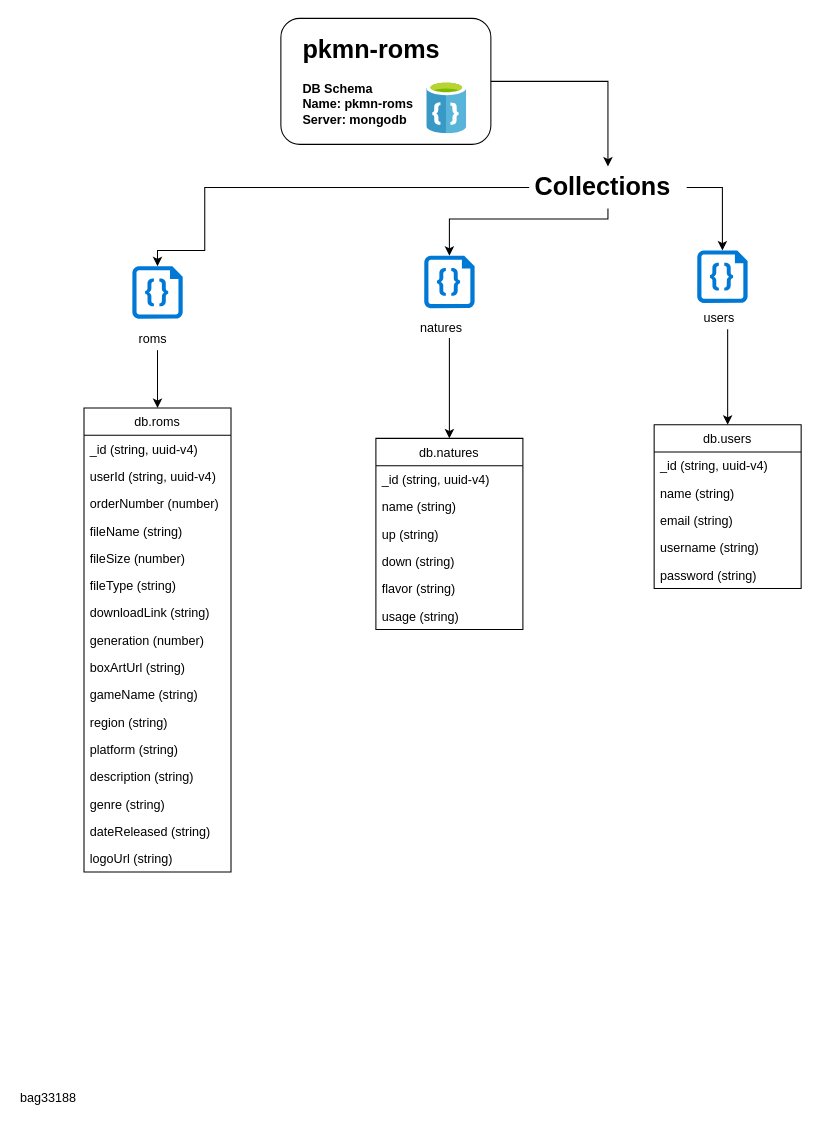
Above: database/schema/db-schema.drawio in bag33188/PokeROM (draw.io), before the change. Source tidied: cells renumbered, new cells numbered last; positions are measured from the earlier drawing's top-left corner, leaving out a move shared by most shapes. Both pictures are drawn from the tidied source at 105%, with x=0, y=0 at pixel (18, 18).
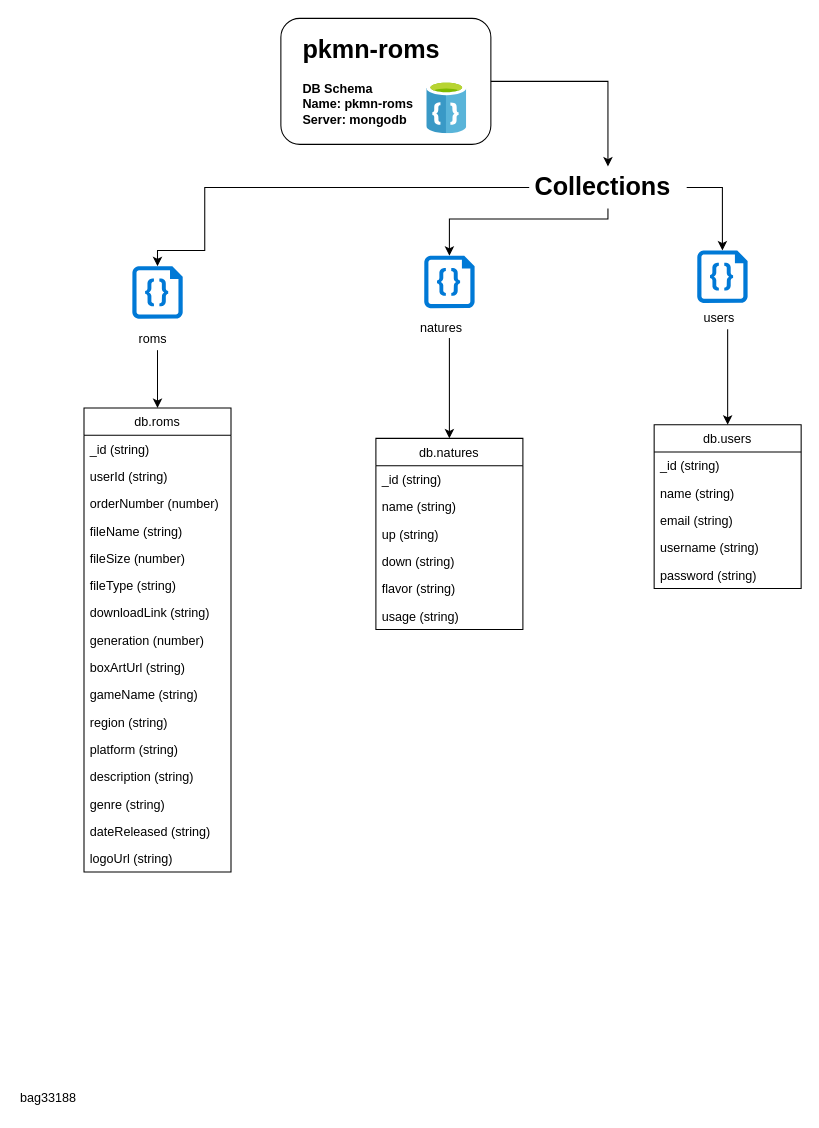
The same diagram, later.

Commit message:
remove uuid from schema

Unchanged cells that the change refers to:
```xml
<mxCell id="15" value="db.roms" style="swimlane;fontStyle=0;horizontal=1;startSize=26;fillColor=none;" parent="1" vertex="1">
  <mxGeometry x="62.5" y="371" width="140" height="442" as="geometry" />
</mxCell>
<mxCell id="32" value="db.users" style="swimlane;fontStyle=0;horizontal=1;startSize=26;fillColor=none;" parent="1" vertex="1">
  <mxGeometry x="605.5" y="387" width="140" height="156" as="geometry" />
</mxCell>
<mxCell id="40" value="db.natures" style="swimlane;fontStyle=0;horizontal=1;startSize=26;fillColor=none;" parent="1" vertex="1">
  <mxGeometry x="340.5" y="400" width="140" height="182" as="geometry" />
</mxCell>
```

The edit, as a diff of the source:
```diff
@@
-    <mxCell id="16" value="_id (string, uuid-v4)" style="text;strokeColor=none;fillColor=none;align=left;verticalAlign=top;spacingLeft=4;spacingRight=4;overflow=hidden;" parent="15" vertex="1">
+    <mxCell id="16" value="_id (string)" style="text;strokeColor=none;fillColor=none;align=left;verticalAlign=top;spacingLeft=4;spacingRight=4;overflow=hidden;" parent="15" vertex="1">
       <mxGeometry y="26" width="140" height="26" as="geometry" />
     </mxCell>
-    <mxCell id="17" value="userId (string, uuid-v4)" style="text;strokeColor=none;fillColor=none;align=left;verticalAlign=top;spacingLeft=4;spacingRight=4;overflow=hidden;" parent="15" vertex="1">
+    <mxCell id="17" value="userId (string)" style="text;strokeColor=none;fillColor=none;align=left;verticalAlign=top;spacingLeft=4;spacingRight=4;overflow=hidden;" parent="15" vertex="1">
       <mxGeometry y="52" width="140" height="26" as="geometry" />
     </mxCell>
@@
-    <mxCell id="33" value="_id (string, uuid-v4)" style="text;strokeColor=none;fillColor=none;align=left;verticalAlign=top;spacingLeft=4;spacingRight=4;overflow=hidden;" parent="32" vertex="1">
+    <mxCell id="33" value="_id (string)" style="text;strokeColor=none;fillColor=none;align=left;verticalAlign=top;spacingLeft=4;spacingRight=4;overflow=hidden;" parent="32" vertex="1">
       <mxGeometry y="26" width="140" height="26" as="geometry" />
     </mxCell>
@@
-    <mxCell id="41" value="_id (string, uuid-v4)" style="text;strokeColor=none;fillColor=none;align=left;verticalAlign=top;spacingLeft=4;spacingRight=4;overflow=hidden;" parent="40" vertex="1">
+    <mxCell id="41" value="_id (string)" style="text;strokeColor=none;fillColor=none;align=left;verticalAlign=top;spacingLeft=4;spacingRight=4;overflow=hidden;" parent="40" vertex="1">
       <mxGeometry y="26" width="140" height="26" as="geometry" />
     </mxCell>
```
